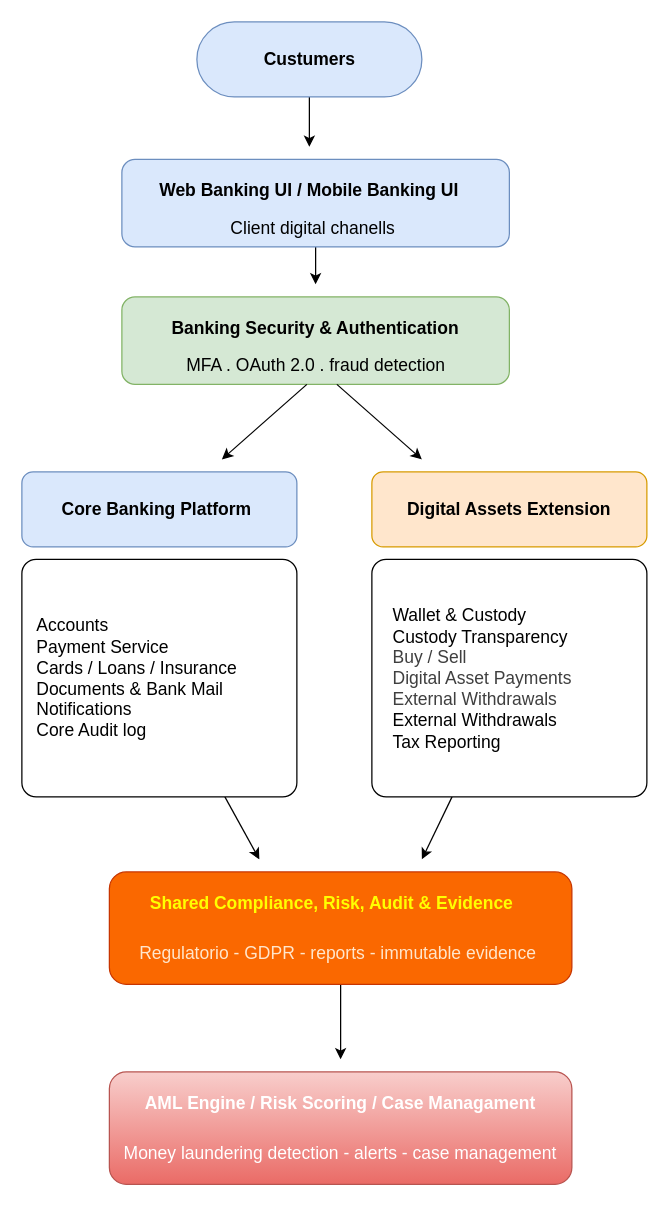
Above: docs/architecture/bank-digital-assets-architecture.drawio in CAUCOLabs/aurora-digital-assets (draw.io), before the change. Source tidied: cells renumbered, new cells numbered last; positions are measured from the earlier drawing's top-left corner, leaving out a move shared by most shapes. Both pictures are drawn from the tidied source at 125%, with x=0, y=0 at pixel (21, 21).
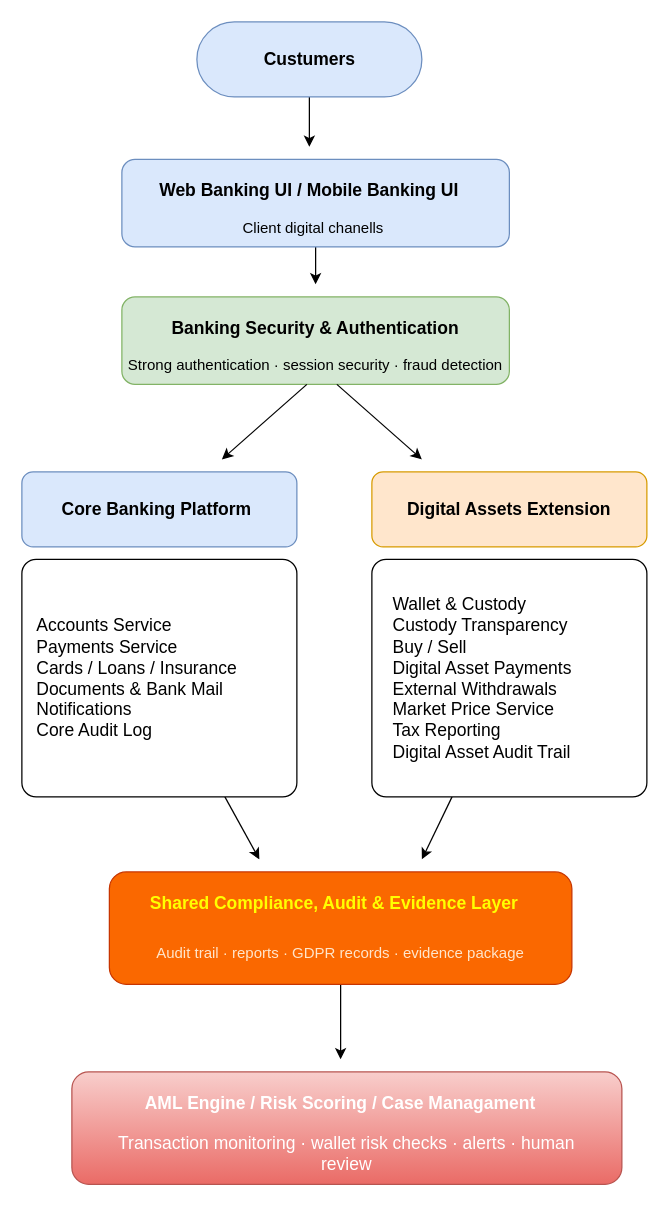
The same page after the edit.

Commit message:
Add bank digital assets architecture diagram

Change to the diagram source:
```diff
@@
-    <mxCell id="8" value="Client digital chanells&amp;nbsp;" style="text;html=1;align=center;verticalAlign=middle;whiteSpace=wrap;rounded=0;fontSize=14;" parent="1" vertex="1">
+    <mxCell id="8" value="Client digital chanells&amp;nbsp;" style="text;html=1;align=center;verticalAlign=middle;whiteSpace=wrap;rounded=0;fontSize=12;" parent="1" vertex="1">
       <mxGeometry x="150" y="150" width="170" height="30" as="geometry" />
     </mxCell>
@@
-    <mxCell id="13" value="MFA . OAuth 2.0 . fraud detection" style="text;html=1;align=center;verticalAlign=middle;whiteSpace=wrap;rounded=0;fontSize=14;" parent="1" vertex="1">
-      <mxGeometry x="122.5" y="260" width="225" height="30" as="geometry" />
+    <mxCell id="13" value="Strong authentication · session security · fraud detection" style="text;html=1;align=center;verticalAlign=middle;whiteSpace=wrap;rounded=0;fontSize=12;" parent="1" vertex="1">
+      <mxGeometry x="80" y="260" width="310" height="30" as="geometry" />
     </mxCell>
@@
-    <mxCell id="22" value="&lt;font&gt;Accounts&lt;/font&gt;&lt;div&gt;&lt;font&gt;Payment Service&lt;/font&gt;&lt;/div&gt;&lt;div&gt;&lt;font&gt;Cards / Loans / Insurance&lt;/font&gt;&lt;/div&gt;&lt;div&gt;&lt;font&gt;Documents &amp;amp; Bank Mail&lt;/font&gt;&lt;/div&gt;&lt;div&gt;&lt;span&gt;Notifications&amp;nbsp;&lt;/span&gt;&lt;/div&gt;&lt;div&gt;&lt;span&gt;Core Audit log&lt;/span&gt;&lt;/div&gt;" style="text;html=1;align=left;verticalAlign=middle;whiteSpace=wrap;rounded=0;fontSize=14;" parent="1" vertex="1">
+    <mxCell id="22" value="&lt;div&gt;Accounts Service&lt;/div&gt;&lt;div&gt;Payments Service&lt;/div&gt;&lt;div&gt;Cards / Loans / Insurance&lt;/div&gt;&lt;div&gt;Documents &amp;amp; Bank Mail&lt;/div&gt;&lt;div&gt;Notifications&lt;/div&gt;&lt;div&gt;Core Audit Log&lt;/div&gt;" style="text;html=1;align=left;verticalAlign=middle;whiteSpace=wrap;rounded=0;fontSize=14;" parent="1" vertex="1">
       <mxGeometry x="10" y="450" width="190" height="150" as="geometry" />
     </mxCell>
-    <mxCell id="23" value="&lt;font&gt;Wallet &amp;amp; Custody&lt;/font&gt;&lt;div&gt;&lt;font&gt;Custody Transparency&lt;/font&gt;&lt;/div&gt;&lt;div&gt;&lt;span style=&quot;color: rgb(63, 63, 63); background-color: transparent;&quot;&gt;Buy / Sell&amp;nbsp;&lt;/span&gt;&lt;/div&gt;&lt;div&gt;&lt;span style=&quot;color: rgb(63, 63, 63); background-color: transparent;&quot;&gt;Digital Asset Payments&lt;/span&gt;&lt;/div&gt;&lt;div&gt;&lt;span style=&quot;color: rgb(63, 63, 63); background-color: transparent;&quot;&gt;External Withdrawals&lt;/span&gt;&lt;/div&gt;&lt;div&gt;&lt;span&gt;External Withdrawals&lt;/span&gt;&lt;/div&gt;&lt;div&gt;&lt;span&gt;Tax Reporting&lt;/span&gt;&lt;/div&gt;" style="text;html=1;align=left;verticalAlign=middle;whiteSpace=wrap;rounded=0;fontSize=14;" parent="1" vertex="1">
+    <mxCell id="23" value="&lt;div&gt;Wallet &amp;amp; Custody&lt;/div&gt;&lt;div&gt;Custody Transparency&lt;/div&gt;&lt;div&gt;Buy / Sell&lt;/div&gt;&lt;div&gt;Digital Asset Payments&lt;/div&gt;&lt;div&gt;External Withdrawals&lt;/div&gt;&lt;div&gt;Market Price Service&lt;/div&gt;&lt;div&gt;Tax Reporting&lt;/div&gt;&lt;div&gt;Digital Asset Audit Trail&lt;/div&gt;" style="text;html=1;align=left;verticalAlign=middle;whiteSpace=wrap;rounded=0;fontSize=14;" parent="1" vertex="1">
       <mxGeometry x="295" y="450" width="190" height="150" as="geometry" />
     </mxCell>
@@
-    <mxCell id="26" value="Shared Compliance, Risk, Audit &amp;amp; Evidence&amp;nbsp;" style="text;html=1;align=center;verticalAlign=middle;whiteSpace=wrap;rounded=0;fontStyle=1;fontSize=14;fontColor=#FFFF00;" parent="1" vertex="1">
+    <mxCell id="26" value="Shared Compliance, Audit &amp;amp; Evidence Layer" style="text;html=1;align=center;verticalAlign=middle;whiteSpace=wrap;rounded=0;fontStyle=1;fontSize=14;fontColor=#FFFF00;" parent="1" vertex="1">
       <mxGeometry x="75" y="690" width="350" height="30" as="geometry" />
     </mxCell>
-    <mxCell id="27" value="Regulatorio - GDPR - reports - immutable evidence&amp;nbsp;" style="text;html=1;align=center;verticalAlign=middle;whiteSpace=wrap;rounded=0;fontSize=14;fontColor=#FFE6CC;" parent="1" vertex="1">
-      <mxGeometry x="85" y="730" width="340" height="30" as="geometry" />
+    <mxCell id="27" value="Audit trail · reports · GDPR records · evidence package" style="text;html=1;align=center;verticalAlign=middle;whiteSpace=wrap;rounded=0;fontSize=12;fontColor=#FFE6CC;" parent="1" vertex="1">
+      <mxGeometry x="70" y="730" width="370" height="30" as="geometry" />
     </mxCell>
     <mxCell id="28" style="rounded=1;whiteSpace=wrap;html=1;fillColor=#f8cecc;strokeColor=#b85450;gradientColor=#ea6b66;" parent="1" vertex="1">
-      <mxGeometry x="70" y="840" width="370" height="90" as="geometry" />
+      <mxGeometry x="40" y="840" width="440" height="90" as="geometry" />
     </mxCell>
@@
-    <mxCell id="30" value="&lt;font style=&quot;font-size: 14px; color: rgb(255, 255, 255);&quot;&gt;Money laundering detection - alerts - case management&lt;/font&gt;" style="text;html=1;align=center;verticalAlign=middle;whiteSpace=wrap;rounded=0;fontColor=#FFFFFF;" parent="1" vertex="1">
-      <mxGeometry x="80" y="890" width="350" height="30" as="geometry" />
+    <mxCell id="30" value="&lt;font style=&quot;font-size: 14px; color: rgb(255, 255, 255);&quot;&gt;Transaction monitoring · wallet risk checks · alerts · human review&lt;/font&gt;" style="text;html=1;align=center;verticalAlign=middle;whiteSpace=wrap;rounded=0;fontColor=#FFFFFF;" parent="1" vertex="1">
+      <mxGeometry x="55" y="890" width="410" height="30" as="geometry" />
     </mxCell>
```
